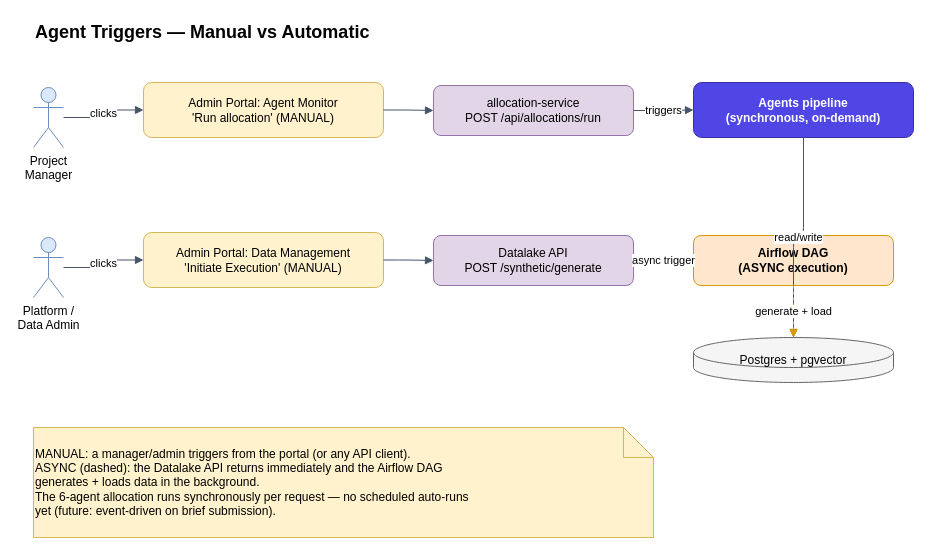
The draw.io diagram page "Agent Triggers" (3 of 12) of docs/Design/epaa-architecture.drawio in javakishore-veleti/Enterprise-Project-Allocation-Agents, before the edit. Source tidied: cells renumbered, new cells numbered last; positions are measured from the earlier drawing's top-left corner, leaving out a move shared by most shapes. Both pictures are drawn from the tidied source at 100%, with x=0, y=0 at pixel (33, 17).
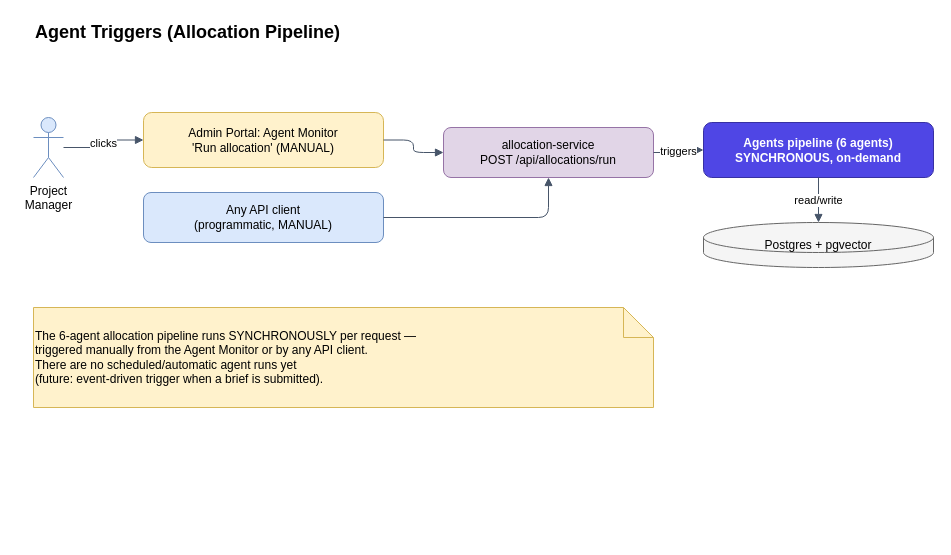
The same page after the edit.

Commit message (it also covers changes not shown here):
docs(Design): relabel Datalake→Synthetic Data Service; split triggers; target datalake design

Diff of the diagram source:
```diff
@@
-    <mxCell id="2" value="Agent Triggers — Manual vs Automatic" style="text;html=1;fontSize=18;fontStyle=1;align=left;verticalAlign=middle;" parent="1" vertex="1">
+    <mxCell id="2" value="Agent Triggers (Allocation Pipeline)" style="text;html=1;fontSize=18;fontStyle=1;align=left;verticalAlign=middle;" parent="1" vertex="1">
       <mxGeometry width="320" height="30" as="geometry" />
     </mxCell>
     <mxCell id="3" value="Project&lt;br&gt;Manager" style="shape=umlActor;verticalLabelPosition=bottom;verticalAlign=top;html=1;outlineConnect=0;fillColor=#dae8fc;strokeColor=#6c8ebf;" parent="1" vertex="1">
-      <mxGeometry y="70" width="30" height="60" as="geometry" />
+      <mxGeometry y="100" width="30" height="60" as="geometry" />
     </mxCell>
     <mxCell id="4" value="Admin Portal: Agent Monitor&lt;br&gt;'Run allocation' (MANUAL)" style="rounded=1;whiteSpace=wrap;html=1;fillColor=#fff2cc;strokeColor=#d6b656;" parent="1" vertex="1">
-      <mxGeometry x="110" y="65" width="240" height="55" as="geometry" />
+      <mxGeometry x="110" y="95" width="240" height="55" as="geometry" />
     </mxCell>
+    <mxCell id="21" value="Any API client&lt;br&gt;(programmatic, MANUAL)" style="rounded=1;whiteSpace=wrap;html=1;fillColor=#dae8fc;strokeColor=#6c8ebf;" parent="1" vertex="1">
+      <mxGeometry x="110" y="175" width="240" height="50" as="geometry" />
+    </mxCell>
     <mxCell id="5" value="allocation-service&lt;br&gt;POST /api/allocations/run" style="rounded=1;whiteSpace=wrap;html=1;fillColor=#e1d5e7;strokeColor=#9673a6;" parent="1" vertex="1">
-      <mxGeometry x="400" y="68" width="200" height="50" as="geometry" />
+      <mxGeometry x="410" y="110" width="210" height="50" as="geometry" />
     </mxCell>
-    <mxCell id="6" value="Agents pipeline&lt;br&gt;(synchronous, on-demand)" style="rounded=1;whiteSpace=wrap;html=1;fillColor=#4f46e5;strokeColor=#3730a3;fontColor=#ffffff;fontStyle=1;" parent="1" vertex="1">
-      <mxGeometry x="660" y="65" width="220" height="55" as="geometry" />
+    <mxCell id="6" value="Agents pipeline (6 agents)&lt;br&gt;SYNCHRONOUS, on-demand" style="rounded=1;whiteSpace=wrap;html=1;fillColor=#4f46e5;strokeColor=#3730a3;fontColor=#ffffff;fontStyle=1;" parent="1" vertex="1">
+      <mxGeometry x="670" y="105" width="230" height="55" as="geometry" />
     </mxCell>
-    <mxCell id="7" value="Platform /&lt;br&gt;Data Admin" style="shape=umlActor;verticalLabelPosition=bottom;verticalAlign=top;html=1;outlineConnect=0;fillColor=#dae8fc;strokeColor=#6c8ebf;" parent="1" vertex="1">
-      <mxGeometry y="220" width="30" height="60" as="geometry" />
-    </mxCell>
-    <mxCell id="8" value="Admin Portal: Data Management&lt;br&gt;'Initiate Execution' (MANUAL)" style="rounded=1;whiteSpace=wrap;html=1;fillColor=#fff2cc;strokeColor=#d6b656;" parent="1" vertex="1">
-      <mxGeometry x="110" y="215" width="240" height="55" as="geometry" />
-    </mxCell>
-    <mxCell id="9" value="Datalake API&lt;br&gt;POST /synthetic/generate" style="rounded=1;whiteSpace=wrap;html=1;fillColor=#e1d5e7;strokeColor=#9673a6;" parent="1" vertex="1">
-      <mxGeometry x="400" y="218" width="200" height="50" as="geometry" />
-    </mxCell>
-    <mxCell id="10" value="Airflow DAG&lt;br&gt;(ASYNC execution)" style="rounded=1;whiteSpace=wrap;html=1;fillColor=#ffe6cc;strokeColor=#d79b00;fontStyle=1;" parent="1" vertex="1">
-      <mxGeometry x="660" y="218" width="200" height="50" as="geometry" />
-    </mxCell>
     <mxCell id="11" value="Postgres + pgvector" style="shape=cylinder3;whiteSpace=wrap;html=1;fillColor=#f5f5f5;strokeColor=#666666;" parent="1" vertex="1">
-      <mxGeometry x="660" y="320" width="200" height="45" as="geometry" />
+      <mxGeometry x="670" y="205" width="230" height="45" as="geometry" />
     </mxCell>
-    <mxCell id="12" value="MANUAL: a manager/admin triggers from the portal (or any API client).&lt;br&gt;ASYNC (dashed): the Datalake API returns immediately and the Airflow DAG&lt;br&gt;generates + loads data in the background.&lt;br&gt;The 6-agent allocation runs synchronously per request — no scheduled auto-runs&lt;br&gt;yet (future: event-driven on brief submission)." style="shape=note;whiteSpace=wrap;html=1;fillColor=#fff2cc;strokeColor=#d6b656;align=left;" parent="1" vertex="1">
-      <mxGeometry y="410" width="620" height="110" as="geometry" />
+    <mxCell id="12" value="The 6-agent allocation pipeline runs SYNCHRONOUSLY per request —&lt;br&gt;triggered manually from the Agent Monitor or by any API client.&lt;br&gt;There are no scheduled/automatic agent runs yet&amp;#10;(future: event-driven trigger when a brief is submitted)." style="shape=note;whiteSpace=wrap;html=1;fillColor=#fff2cc;strokeColor=#d6b656;align=left;" parent="1" vertex="1">
+      <mxGeometry y="290" width="620" height="100" as="geometry" />
     </mxCell>
@@
+    <mxCell id="22" style="edgeStyle=orthogonalEdgeStyle;rounded=1;html=1;endArrow=block;strokeColor=#475569;" parent="1" edge="1" source="21" target="5">
+      <mxGeometry relative="1" as="geometry" />
+    </mxCell>
@@
-    <mxCell id="17" value="clicks" style="edgeStyle=orthogonalEdgeStyle;rounded=1;html=1;endArrow=block;strokeColor=#475569;" parent="1" edge="1" source="7" target="8">
-      <mxGeometry relative="1" as="geometry" />
-    </mxCell>
-    <mxCell id="18" style="edgeStyle=orthogonalEdgeStyle;rounded=1;html=1;endArrow=block;strokeColor=#475569;" parent="1" edge="1" source="8" target="9">
-      <mxGeometry relative="1" as="geometry" />
-    </mxCell>
-    <mxCell id="19" value="async trigger" style="edgeStyle=orthogonalEdgeStyle;rounded=1;html=1;endArrow=block;strokeColor=#d79b00;dashed=1;" parent="1" edge="1" source="9" target="10">
-      <mxGeometry relative="1" as="geometry" />
-    </mxCell>
-    <mxCell id="20" value="generate + load" style="edgeStyle=orthogonalEdgeStyle;rounded=1;html=1;endArrow=block;strokeColor=#d79b00;dashed=1;" parent="1" edge="1" source="10" target="11">
-      <mxGeometry relative="1" as="geometry" />
-    </mxCell>
```
